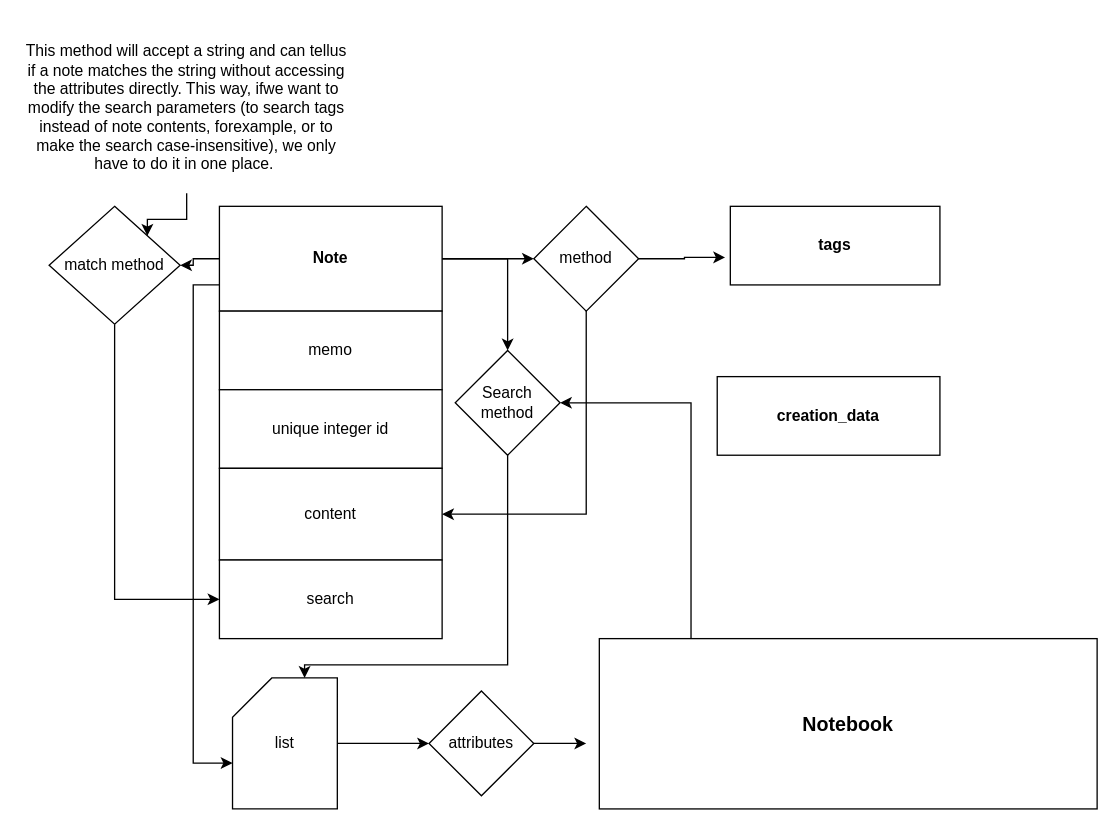
This is Book/master the art of design patterns(book)/module 1/Chapter 2 : objects in Python/NoteBookApp.drawio from BabakAbdzadeh/Personal-python, a draw.io file, before an edit. Source tidied: cells renumbered, new cells numbered last; positions are measured from the earlier drawing's top-left corner, leaving out a move shared by most shapes. Both pictures are drawn from the tidied source at 131%, with x=0, y=0 at pixel (22, 22).
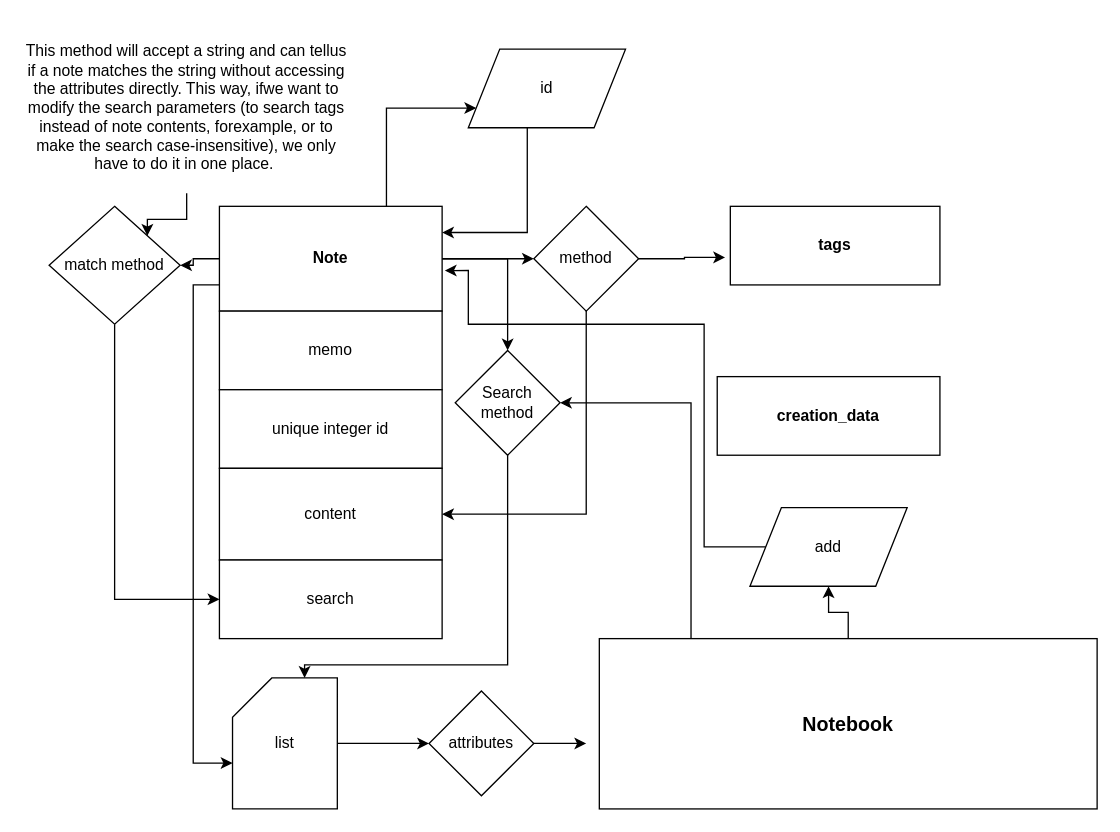
The same page after the edit.

The change refers to these unchanged cells:
```xml
<mxCell id="6" value="&lt;b&gt;Note&lt;/b&gt;" style="rounded=0;whiteSpace=wrap;html=1;" parent="1" vertex="1">
  <mxGeometry x="150" y="140" width="170" height="80" as="geometry" />
</mxCell>
<mxCell id="21" value="&lt;font style=&quot;font-size: 15px&quot;&gt;&lt;b&gt;Notebook&lt;/b&gt;&lt;/font&gt;" style="rounded=0;whiteSpace=wrap;html=1;" parent="1" vertex="1">
  <mxGeometry x="440" y="470" width="380" height="130" as="geometry" />
</mxCell>
```

What changed in the source:
```diff
@@
+    <mxCell id="28" style="edgeStyle=orthogonalEdgeStyle;rounded=0;jettySize=auto;html=1;exitX=0.75;exitY=0;exitDx=0;exitDy=0;" parent="1" edge="1" source="6" target="33">
+      <mxGeometry relative="1" as="geometry">
+        <Array as="points">
+          <mxPoint x="278" y="65" />
+        </Array>
+      </mxGeometry>
+    </mxCell>
@@
+    <mxCell id="29" style="edgeStyle=orthogonalEdgeStyle;rounded=0;jettySize=auto;html=1;entryX=0.5;entryY=1;entryDx=0;entryDy=0;" parent="1" edge="1" source="21" target="31">
+      <mxGeometry relative="1" as="geometry" />
+    </mxCell>
@@
+    <mxCell id="30" style="edgeStyle=orthogonalEdgeStyle;rounded=0;jettySize=auto;html=1;entryX=1.012;entryY=0.613;entryDx=0;entryDy=0;entryPerimeter=0;" parent="1" edge="1" source="31" target="6">
+      <mxGeometry relative="1" as="geometry">
+        <Array as="points">
+          <mxPoint x="520" y="400" />
+          <mxPoint x="520" y="230" />
+          <mxPoint x="340" y="230" />
+          <mxPoint x="340" y="189" />
+        </Array>
+      </mxGeometry>
+    </mxCell>
+    <mxCell id="31" value="add" style="shape=parallelogram;perimeter=parallelogramPerimeter;whiteSpace=wrap;html=1;" parent="1" vertex="1">
+      <mxGeometry x="555" y="370" width="120" height="60" as="geometry" />
+    </mxCell>
+    <mxCell id="32" style="edgeStyle=orthogonalEdgeStyle;rounded=0;jettySize=auto;html=1;entryX=1;entryY=0.25;entryDx=0;entryDy=0;exitX=0.375;exitY=1;exitDx=0;exitDy=0;exitPerimeter=0;" parent="1" edge="1" source="33" target="6">
+      <mxGeometry relative="1" as="geometry" />
+    </mxCell>
+    <mxCell id="33" value="id" style="shape=parallelogram;perimeter=parallelogramPerimeter;whiteSpace=wrap;html=1;" parent="1" vertex="1">
+      <mxGeometry x="340" y="20" width="120" height="60" as="geometry" />
+    </mxCell>
```
